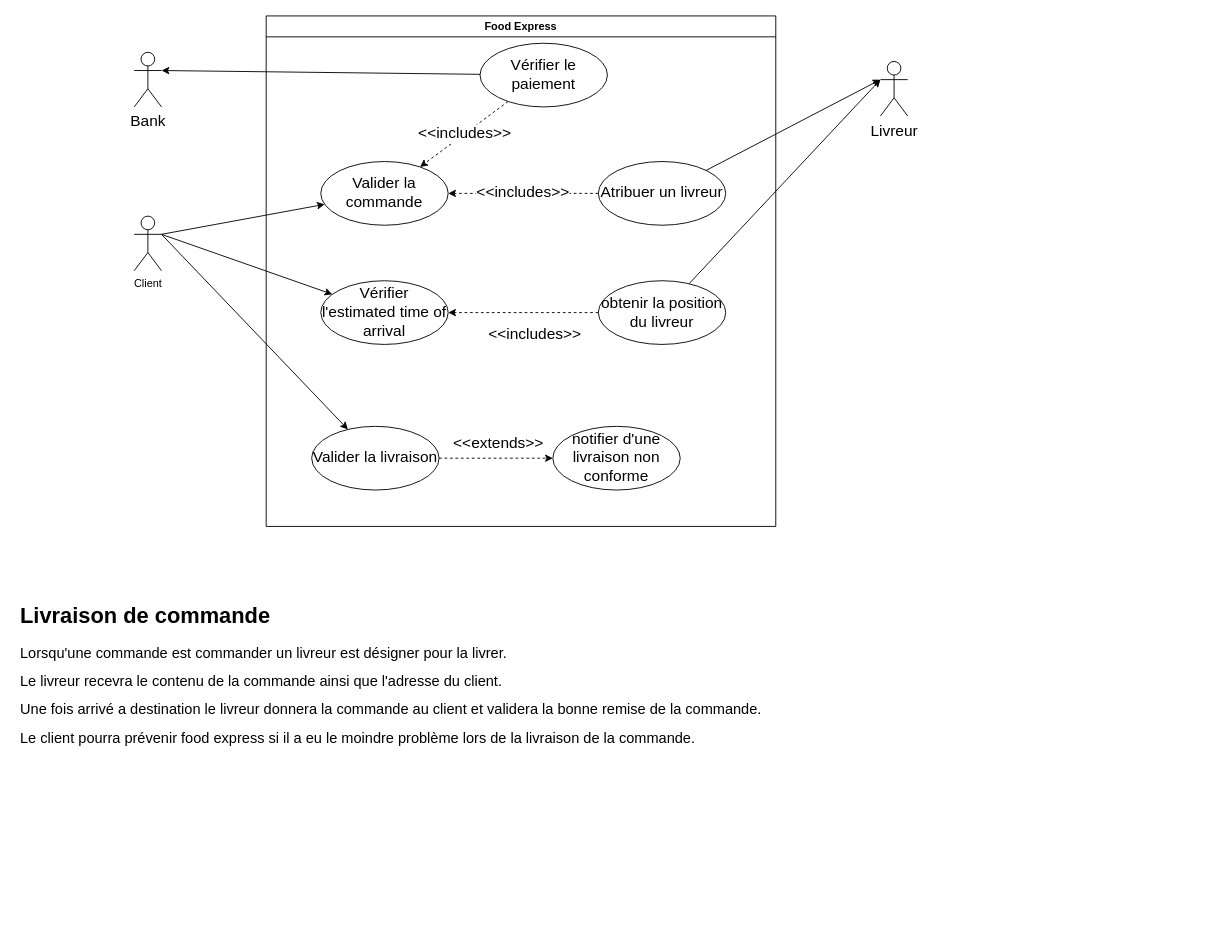
sebastien-deren/projet_4 keeps this draw.io diagram as page "Livraison de commande" (4 of 4) of main_use_case.drawio. Above is the earlier version. Source tidied: cells renumbered, new cells numbered last; positions are measured from the earlier drawing's top-left corner, leaving out a move shared by most shapes. Both pictures are drawn from the tidied source at 91%, with x=0, y=0 at pixel (15, 15).
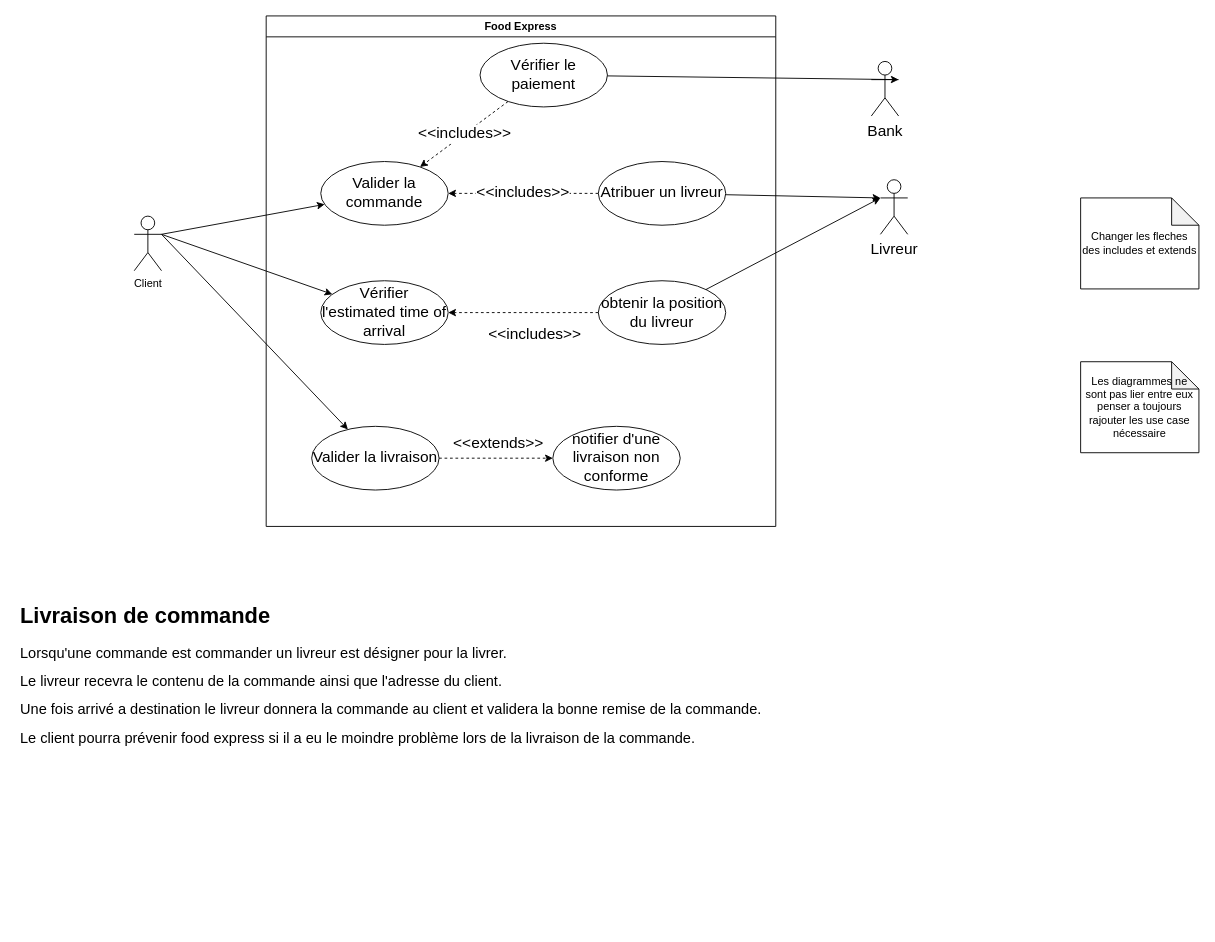
The same diagram, later.

Unchanged cells that the change refers to:
```xml
<mxCell id="10" value="obtenir la position du livreur" style="ellipse;whiteSpace=wrap;html=1;fontSize=17;" parent="2" vertex="1">
  <mxGeometry x="365" y="291" width="140" height="70" as="geometry" />
</mxCell>
```

What changed in the source:
```diff
@@
     <mxCell id="18" value="Bank" style="shape=umlActor;verticalLabelPosition=bottom;verticalAlign=top;html=1;fontSize=17;" parent="1" vertex="1">
-      <mxGeometry x="130" y="40" width="30" height="60" as="geometry" />
+      <mxGeometry x="940" y="50" width="30" height="60" as="geometry" />
     </mxCell>
     <mxCell id="19" value="Livreur" style="shape=umlActor;verticalLabelPosition=bottom;verticalAlign=top;html=1;fontSize=17;" parent="1" vertex="1">
-      <mxGeometry x="950" y="50" width="30" height="60" as="geometry" />
+      <mxGeometry x="950" y="180" width="30" height="60" as="geometry" />
     </mxCell>
@@
-    <mxCell id="22" style="endArrow=classic;html=1;rounded=0;fontSize=17;" parent="1" edge="1" source="10">
-      <mxGeometry relative="1" as="geometry">
-        <mxPoint x="950" y="70" as="targetPoint" />
-      </mxGeometry>
+    <mxCell id="22" style="endArrow=classic;html=1;rounded=0;fontSize=17;entryX=0;entryY=0.3333333333333333;entryDx=0;entryDy=0;entryPerimeter=0;" parent="1" edge="1" source="10" target="19">
+      <mxGeometry relative="1" as="geometry" />
     </mxCell>
@@
+    <mxCell id="24" value="Les diagrammes ne sont pas lier entre eux penser a toujours rajouter les use case nécessaire" style="shape=note;whiteSpace=wrap;html=1;backgroundOutline=1;darkOpacity=0.05;" parent="1" vertex="1">
+      <mxGeometry x="1170" y="380" width="130" height="100" as="geometry" />
+    </mxCell>
+    <mxCell id="25" value="Changer les fleches des includes et extends" style="shape=note;whiteSpace=wrap;html=1;backgroundOutline=1;darkOpacity=0.05;" parent="1" vertex="1">
+      <mxGeometry x="1170" y="200" width="130" height="100" as="geometry" />
+    </mxCell>
```
